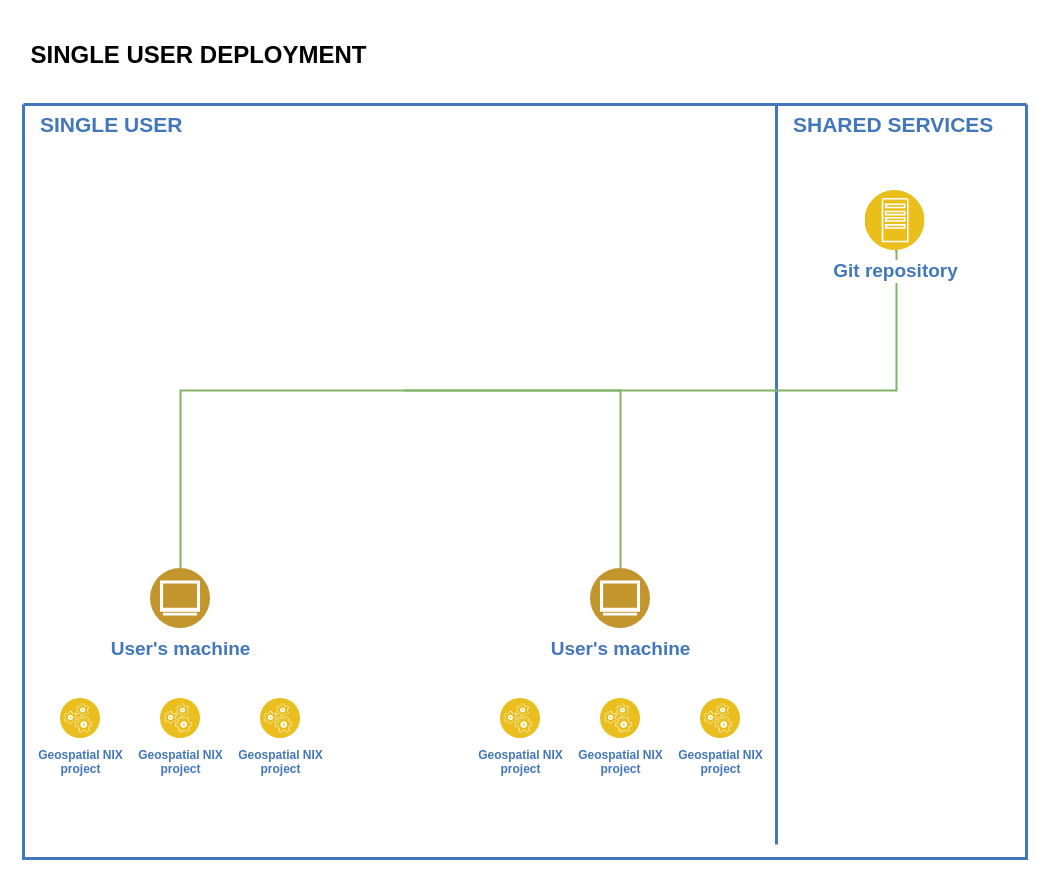
imincik/geospatial-nix.platform keeps this draw.io diagram as page "single-user" (1 of 3) of figures/deployment-all.drawio. Above is the earlier version. Source tidied: cells renumbered, new cells numbered last; positions are measured from the earlier drawing's top-left corner, leaving out a move shared by most shapes. Both pictures are drawn from the tidied source at 100%, with x=0, y=0 at pixel (18, 20).
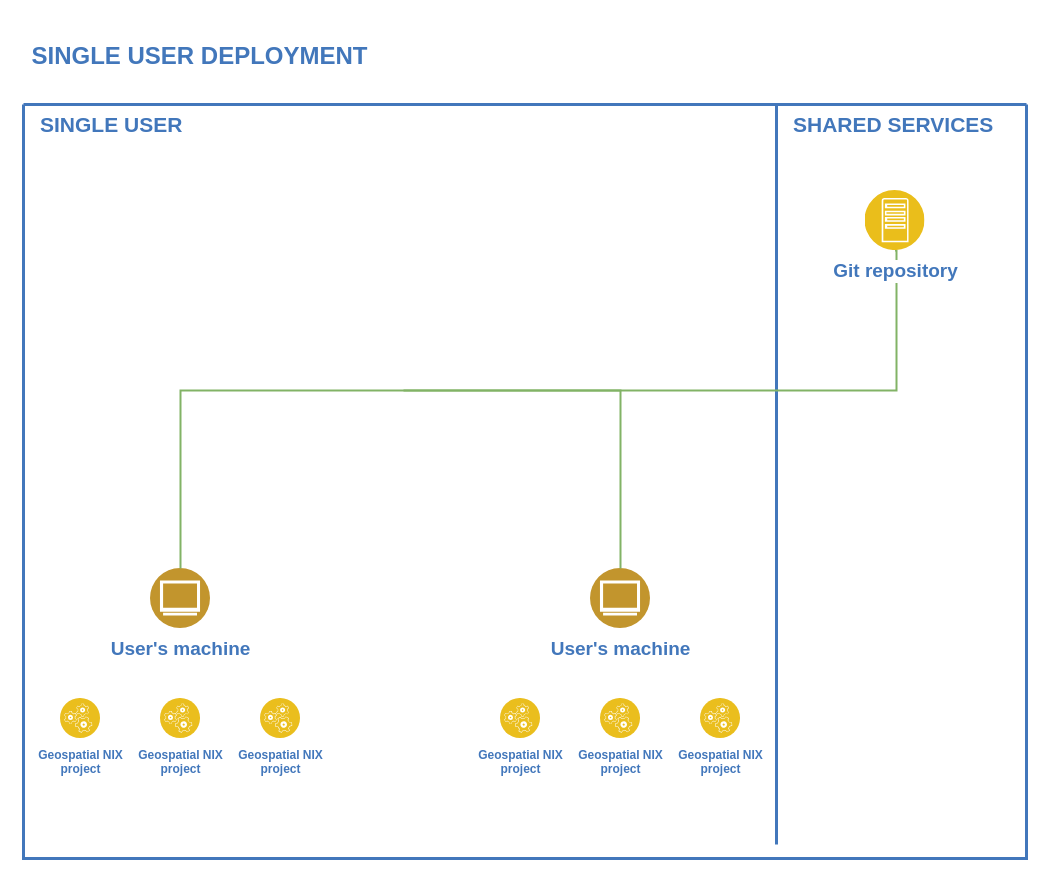
After the change.

Change to the diagram source:
```diff
@@
-    <mxCell id="18" value="&lt;h1&gt;SINGLE USER DEPLOYMENT&lt;/h1&gt;" style="text;html=1;align=center;verticalAlign=middle;strokeColor=none;fillColor=none;" parent="1" vertex="1">
-      <mxGeometry width="360" height="70" as="geometry" />
+    <mxCell id="18" value="&lt;h1&gt;&lt;font color=&quot;#4277bb&quot;&gt;SINGLE USER DEPLOYMENT&lt;/font&gt;&lt;/h1&gt;" style="text;html=1;align=center;verticalAlign=middle;strokeColor=none;fillColor=none;fontColor=#7EA6E0;" parent="1" vertex="1">
+      <mxGeometry x="-1" y="-3" width="363" height="77" as="geometry" />
     </mxCell>
```
